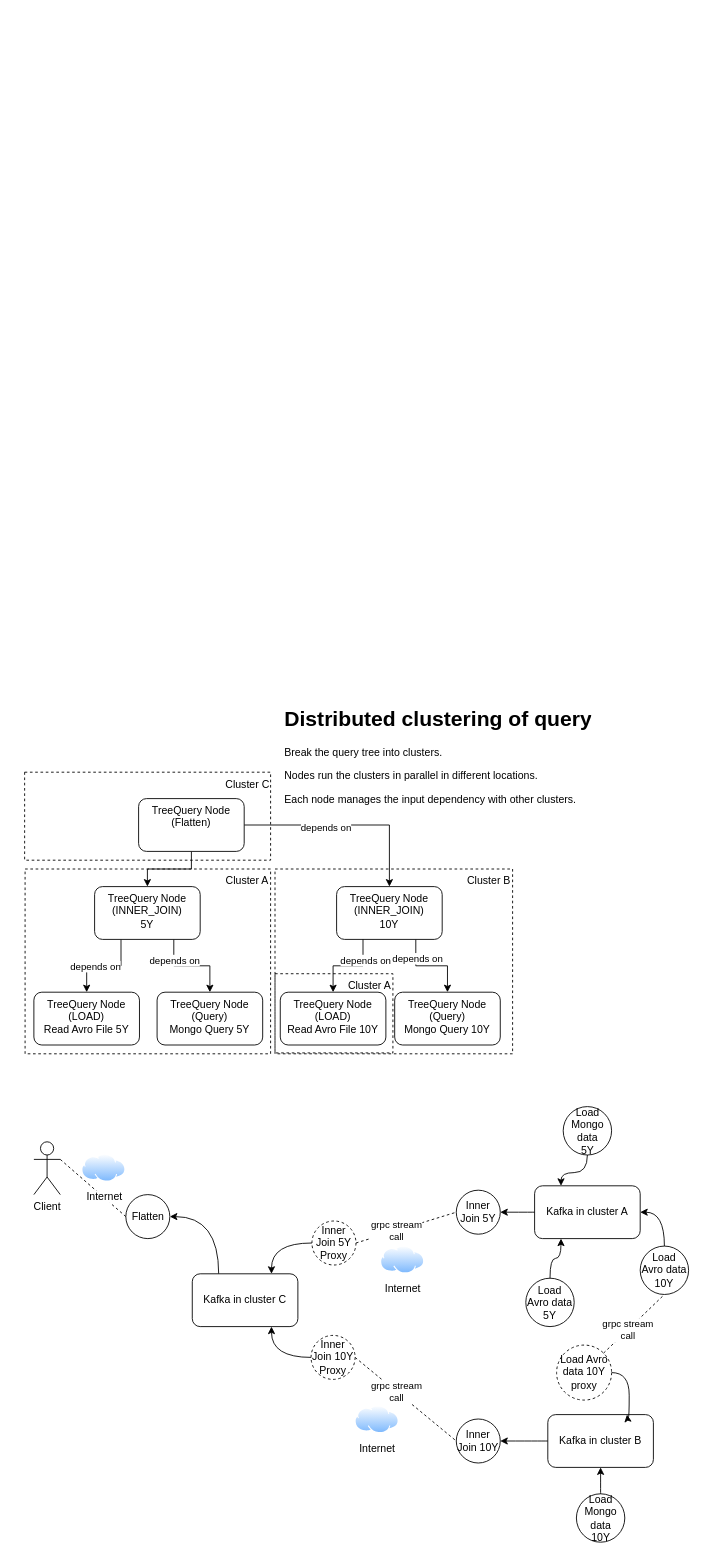
Before: TreeQueryDistributedCluster.drawio in pawarashish564/TreeQuery, a draw.io diagram. Source tidied: cells renumbered, new cells numbered last; positions are measured from the earlier drawing's top-left corner, leaving out a move shared by most shapes. Both pictures are drawn from the tidied source at 88%, with x=0, y=0 at pixel (24, 701).
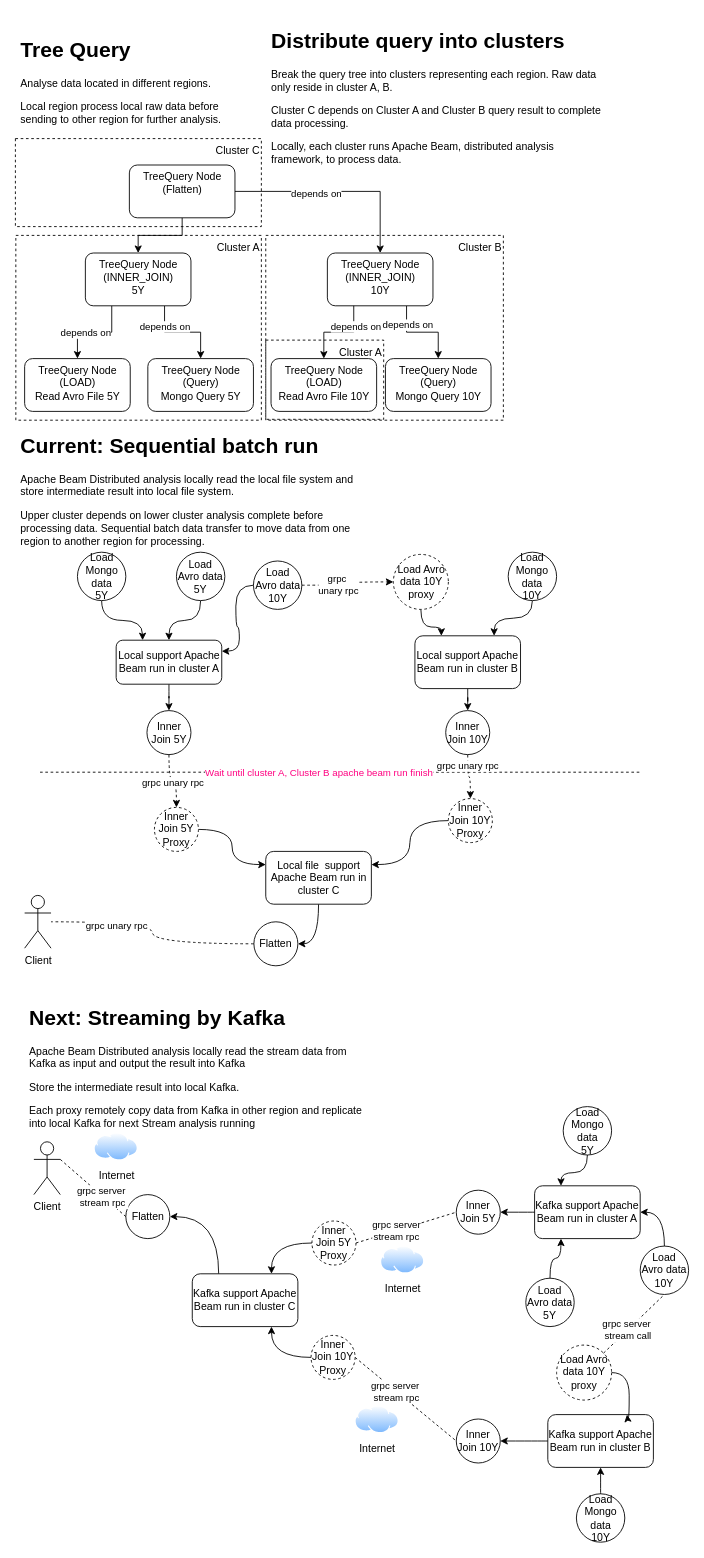
Above is the later version.

The change refers to these unchanged cells:
```xml
<mxCell id="29" style="endArrow=none;dashed=1;html=1;exitX=1;exitY=0.3333333333333333;exitDx=0;exitDy=0;exitPerimeter=0;entryX=0;entryY=0.5;entryDx=0;entryDy=0;" parent="1" edge="1" source="28" target="26">
  <mxGeometry relative="1" as="geometry" />
</mxCell>
<mxCell id="38" style="endArrow=none;dashed=1;html=1;exitX=1;exitY=0.5;exitDx=0;exitDy=0;entryX=0;entryY=0.5;entryDx=0;entryDy=0;" parent="1" edge="1" source="30" target="35">
  <mxGeometry relative="1" as="geometry" />
</mxCell>
<mxCell id="47" style="endArrow=none;dashed=1;html=1;exitX=1;exitY=0.5;exitDx=0;exitDy=0;entryX=0;entryY=0.5;entryDx=0;entryDy=0;" parent="1" edge="1" source="32" target="46">
  <mxGeometry relative="1" as="geometry" />
</mxCell>
<mxCell id="55" style="endArrow=none;dashed=1;html=1;exitX=1;exitY=0;exitDx=0;exitDy=0;entryX=0.5;entryY=1;entryDx=0;entryDy=0;" parent="1" edge="1" source="54" target="37">
  <mxGeometry relative="1" as="geometry" />
</mxCell>
```

Change to the diagram source:
```diff
@@
     <mxCell id="2" value="Cluster B" style="rounded=0;whiteSpace=wrap;html=1;fillColor=none;dashed=1;verticalAlign=top;align=right;" parent="1" vertex="1">
-      <mxGeometry x="285" y="190" width="270" height="210" as="geometry" />
+      <mxGeometry x="274.5" y="-530" width="270" height="210" as="geometry" />
     </mxCell>
     <mxCell id="3" value="Cluster A" style="rounded=0;whiteSpace=wrap;html=1;fillColor=none;dashed=1;verticalAlign=top;align=right;" parent="1" vertex="1">
-      <mxGeometry x="1" y="190" width="279" height="210" as="geometry" />
+      <mxGeometry x="-9.5" y="-530" width="279" height="210" as="geometry" />
     </mxCell>
@@
     <mxCell id="7" value="TreeQuery Node&lt;br&gt;(Flatten)" style="rounded=1;whiteSpace=wrap;html=1;verticalAlign=top;" parent="1" vertex="1">
-      <mxGeometry x="130" y="110" width="120" height="60" as="geometry" />
+      <mxGeometry x="119.5" y="-610" width="120" height="60" as="geometry" />
     </mxCell>
@@
     <mxCell id="12" value="TreeQuery Node&lt;br&gt;(INNER_JOIN)&lt;br&gt;5Y" style="rounded=1;whiteSpace=wrap;html=1;verticalAlign=top;" parent="1" vertex="1">
-      <mxGeometry x="80" y="210" width="120" height="60" as="geometry" />
+      <mxGeometry x="69.5" y="-510" width="120" height="60" as="geometry" />
     </mxCell>
     <mxCell id="13" value="TreeQuery Node&lt;br&gt;(LOAD)&lt;br&gt;Read Avro File 5Y" style="rounded=1;whiteSpace=wrap;html=1;verticalAlign=top;" parent="1" vertex="1">
-      <mxGeometry x="11" y="330" width="120" height="60" as="geometry" />
+      <mxGeometry x="0.5" y="-390" width="120" height="60" as="geometry" />
     </mxCell>
@@
     <mxCell id="16" value="TreeQuery Node&lt;br&gt;(INNER_JOIN)&lt;br&gt;10Y" style="rounded=1;whiteSpace=wrap;html=1;verticalAlign=top;" parent="1" vertex="1">
-      <mxGeometry x="355" y="210" width="120" height="60" as="geometry" />
+      <mxGeometry x="344.5" y="-510" width="120" height="60" as="geometry" />
     </mxCell>
     <mxCell id="17" value="TreeQuery Node&lt;br&gt;(Query)&lt;br&gt;Mongo Query 5Y" style="rounded=1;whiteSpace=wrap;html=1;verticalAlign=top;" parent="1" vertex="1">
-      <mxGeometry x="151" y="330" width="120" height="60" as="geometry" />
+      <mxGeometry x="140.5" y="-390" width="120" height="60" as="geometry" />
     </mxCell>
     <mxCell id="18" value="TreeQuery Node&lt;br&gt;(LOAD)&lt;br&gt;Read Avro File 10Y" style="rounded=1;whiteSpace=wrap;html=1;verticalAlign=top;" parent="1" vertex="1">
-      <mxGeometry x="291" y="330" width="120" height="60" as="geometry" />
+      <mxGeometry x="280.5" y="-390" width="120" height="60" as="geometry" />
     </mxCell>
     <mxCell id="19" value="TreeQuery Node&lt;br&gt;(Query)&lt;br&gt;Mongo Query 10Y" style="rounded=1;whiteSpace=wrap;html=1;verticalAlign=top;" parent="1" vertex="1">
-      <mxGeometry x="421" y="330" width="120" height="60" as="geometry" />
+      <mxGeometry x="410.5" y="-390" width="120" height="60" as="geometry" />
     </mxCell>
     <mxCell id="20" value="Cluster C" style="rounded=0;whiteSpace=wrap;html=1;fillColor=none;dashed=1;verticalAlign=top;align=right;" parent="1" vertex="1">
-      <mxGeometry x="0.5" y="80" width="279.5" height="100" as="geometry" />
+      <mxGeometry x="-10" y="-640" width="279.5" height="100" as="geometry" />
     </mxCell>
     <mxCell id="21" value="Cluster A" style="rounded=0;whiteSpace=wrap;html=1;fillColor=none;dashed=1;verticalAlign=top;align=right;" parent="1" vertex="1">
-      <mxGeometry x="285" y="309" width="134" height="90" as="geometry" />
+      <mxGeometry x="274.5" y="-411" width="134" height="90" as="geometry" />
     </mxCell>
@@
-    <mxCell id="24" value="&lt;h1&gt;Distributed clustering of query&lt;/h1&gt;&lt;p&gt;Break the query tree into clusters.&lt;/p&gt;&lt;p&gt;Nodes run the clusters in parallel in different locations.&lt;/p&gt;&lt;p&gt;Each node manages the input dependency with other clusters.&lt;/p&gt;" style="text;html=1;strokeColor=none;fillColor=none;spacing=5;spacingTop=-20;whiteSpace=wrap;overflow=hidden;rounded=0;" parent="1" vertex="1">
-      <mxGeometry x="291" width="389" height="120" as="geometry" />
+    <mxCell id="24" value="&lt;h1&gt;Distribute query into clusters&lt;/h1&gt;&lt;p&gt;Break the query tree into clusters representing each region. Raw data only reside in cluster A, B.&lt;/p&gt;&lt;p&gt;Cluster C depends on Cluster A and Cluster B query result to complete data processing.&lt;/p&gt;&lt;p&gt;Locally, each cluster runs Apache Beam, distributed analysis framework, to process data.&lt;/p&gt;" style="text;html=1;strokeColor=none;fillColor=none;spacing=5;spacingTop=-20;whiteSpace=wrap;overflow=hidden;rounded=0;" parent="1" vertex="1">
+      <mxGeometry x="276" y="-770" width="389" height="170" as="geometry" />
     </mxCell>
@@
-    <mxCell id="27" value="Kafka in cluster C" style="rounded=1;whiteSpace=wrap;html=1;" parent="1" vertex="1">
+    <mxCell id="27" value="Kafka support Apache Beam run in cluster C" style="rounded=1;whiteSpace=wrap;html=1;" parent="1" vertex="1">
       <mxGeometry x="191" y="650" width="120" height="60" as="geometry" />
     </mxCell>
@@
+    <mxCell id="59" value="grpc server&amp;nbsp;&lt;br&gt;stream rpc" style="edgeLabel;html=1;align=center;verticalAlign=middle;" parent="29" vertex="1">
+      <mxGeometry x="0.28" relative="1" as="geometry">
+        <mxPoint y="1" as="offset" />
+      </mxGeometry>
+    </mxCell>
@@
-    <mxCell id="34" value="Kafka in cluster A" style="rounded=1;whiteSpace=wrap;html=1;" parent="1" vertex="1">
+    <mxCell id="34" value="Kafka support Apache Beam run in&amp;nbsp;cluster A" style="rounded=1;whiteSpace=wrap;html=1;" parent="1" vertex="1">
       <mxGeometry x="580" y="550" width="120" height="60" as="geometry" />
     </mxCell>
@@
-    <mxCell id="39" value="grpc stream&lt;br&gt;call" style="edgeLabel;html=1;align=center;verticalAlign=middle;" parent="38" vertex="1">
+    <mxCell id="39" value="grpc server &lt;br&gt;stream rpc" style="edgeLabel;html=1;align=center;verticalAlign=middle;" parent="38" vertex="1">
       <mxGeometry x="-0.2" relative="1" as="geometry" />
     </mxCell>
@@
-    <mxCell id="45" value="Kafka in cluster B" style="rounded=1;whiteSpace=wrap;html=1;" parent="1" vertex="1">
+    <mxCell id="45" value="Kafka support Apache Beam run in cluster B" style="rounded=1;whiteSpace=wrap;html=1;" parent="1" vertex="1">
       <mxGeometry x="595" y="810" width="120" height="60" as="geometry" />
     </mxCell>
@@
-    <mxCell id="48" value="grpc stream&lt;br&gt;call" style="edgeLabel;html=1;align=center;verticalAlign=middle;" parent="47" vertex="1">
+    <mxCell id="48" value="grpc server&amp;nbsp;&lt;br&gt;stream rpc" style="edgeLabel;html=1;align=center;verticalAlign=middle;" parent="47" vertex="1">
       <mxGeometry x="-0.2" relative="1" as="geometry" />
     </mxCell>
@@
     <mxCell id="51" value="Internet" style="perimeter=ellipsePerimeter;html=1;align=center;shadow=0;dashed=0;spacingTop=3;image;image=img/lib/active_directory/internet_cloud.svg;" parent="1" vertex="1">
-      <mxGeometry x="65.5" y="514.2" width="50" height="31.5" as="geometry" />
+      <mxGeometry x="79.5" y="490" width="50" height="31.5" as="geometry" />
     </mxCell>
@@
-    <mxCell id="56" value="grpc stream&lt;br&gt;call" style="edgeLabel;html=1;align=center;verticalAlign=middle;" parent="55" vertex="1">
+    <mxCell id="56" value="grpc server&amp;nbsp;&lt;br&gt;stream call" style="edgeLabel;html=1;align=center;verticalAlign=middle;" parent="55" vertex="1">
       <mxGeometry x="-0.2" relative="1" as="geometry" />
     </mxCell>
@@
+    <mxCell id="60" value="&lt;h1&gt;Next: Streaming by Kafka&lt;/h1&gt;&lt;p&gt;Apache Beam Distributed analysis locally read the stream data from Kafka as input and output the result into Kafka&lt;/p&gt;&lt;p&gt;Store the intermediate result into local Kafka.&lt;/p&gt;&lt;p&gt;Each proxy remotely copy data from Kafka in other region and replicate into local Kafka for next Stream analysis running&lt;/p&gt;" style="text;html=1;strokeColor=none;fillColor=none;spacing=5;spacingTop=-20;whiteSpace=wrap;overflow=hidden;rounded=0;" parent="1" vertex="1">
+      <mxGeometry x="0.5" y="340" width="389" height="150" as="geometry" />
+    </mxCell>
+    <mxCell id="61" value="&lt;h1&gt;Current: Sequential batch run&lt;/h1&gt;&lt;p&gt;Apache Beam Distributed analysis locally read the local file system and store intermediate result into local file system.&lt;/p&gt;&lt;p&gt;Upper cluster depends on lower cluster analysis complete before processing data. Sequential batch data transfer to move data from one region to another region for processing.&lt;/p&gt;" style="text;html=1;strokeColor=none;fillColor=none;spacing=5;spacingTop=-20;whiteSpace=wrap;overflow=hidden;rounded=0;" parent="1" vertex="1">
+      <mxGeometry x="-9.5" y="-310" width="389" height="150" as="geometry" />
+    </mxCell>
+    <mxCell id="62" value="Client" style="shape=umlActor;verticalLabelPosition=bottom;labelBackgroundColor=#ffffff;verticalAlign=top;html=1;outlineConnect=0;" parent="1" vertex="1">
+      <mxGeometry x="0.5" y="220" width="30" height="60" as="geometry" />
+    </mxCell>
+    <mxCell id="63" style="edgeStyle=orthogonalEdgeStyle;curved=1;rounded=0;jettySize=auto;html=1;dashed=1;endArrow=none;endFill=0;" parent="1" edge="1" source="65" target="62">
+      <mxGeometry relative="1" as="geometry" />
+    </mxCell>
+    <mxCell id="64" value="grpc unary rpc" style="edgeLabel;html=1;align=center;verticalAlign=middle;" parent="63" vertex="1">
+      <mxGeometry x="0.43" y="4" relative="1" as="geometry">
+        <mxPoint x="1" as="offset" />
+      </mxGeometry>
+    </mxCell>
+    <mxCell id="65" value="Flatten" style="ellipse;whiteSpace=wrap;html=1;" parent="1" vertex="1">
+      <mxGeometry x="261" y="250" width="50" height="50" as="geometry" />
+    </mxCell>
+    <mxCell id="66" style="edgeStyle=orthogonalEdgeStyle;curved=1;rounded=0;jettySize=auto;html=1;entryX=1;entryY=0.5;entryDx=0;entryDy=0;" parent="1" edge="1" source="67" target="65">
+      <mxGeometry relative="1" as="geometry" />
+    </mxCell>
+    <mxCell id="67" value="Local file&amp;nbsp; support Apache Beam run in cluster C" style="rounded=1;whiteSpace=wrap;html=1;" parent="1" vertex="1">
+      <mxGeometry x="274.5" y="170" width="120" height="60" as="geometry" />
+    </mxCell>
+    <mxCell id="68" style="edgeStyle=orthogonalEdgeStyle;curved=1;rounded=0;jettySize=auto;html=1;entryX=0.5;entryY=0;entryDx=0;entryDy=0;" parent="1" edge="1" source="69" target="92">
+      <mxGeometry relative="1" as="geometry" />
+    </mxCell>
+    <mxCell id="69" value="Local support Apache Beam run in&amp;nbsp;cluster A" style="rounded=1;whiteSpace=wrap;html=1;" parent="1" vertex="1">
+      <mxGeometry x="104.5" y="-70" width="120" height="50" as="geometry" />
+    </mxCell>
+    <mxCell id="70" style="edgeStyle=orthogonalEdgeStyle;curved=1;rounded=0;jettySize=auto;html=1;" parent="1" edge="1" source="71" target="95">
+      <mxGeometry relative="1" as="geometry" />
+    </mxCell>
+    <mxCell id="71" value="Local support Apache Beam run in cluster B" style="rounded=1;whiteSpace=wrap;html=1;" parent="1" vertex="1">
+      <mxGeometry x="444" y="-75" width="120" height="60" as="geometry" />
+    </mxCell>
+    <mxCell id="72" style="edgeStyle=orthogonalEdgeStyle;rounded=0;jettySize=auto;html=1;entryX=0.25;entryY=0;entryDx=0;entryDy=0;curved=1;" parent="1" edge="1" source="73" target="69">
+      <mxGeometry relative="1" as="geometry" />
+    </mxCell>
+    <mxCell id="73" value="Load Mongo data&lt;br&gt;5Y" style="ellipse;whiteSpace=wrap;html=1;" parent="1" vertex="1">
+      <mxGeometry x="60.5" y="-170" width="55" height="55" as="geometry" />
+    </mxCell>
+    <mxCell id="74" style="edgeStyle=orthogonalEdgeStyle;curved=1;rounded=0;jettySize=auto;html=1;" parent="1" edge="1" source="75" target="69">
+      <mxGeometry relative="1" as="geometry" />
+    </mxCell>
+    <mxCell id="75" value="Load Avro data&lt;br&gt;5Y" style="ellipse;whiteSpace=wrap;html=1;" parent="1" vertex="1">
+      <mxGeometry x="173" y="-170" width="55" height="55" as="geometry" />
+    </mxCell>
+    <mxCell id="76" style="edgeStyle=orthogonalEdgeStyle;curved=1;rounded=0;jettySize=auto;html=1;entryX=1;entryY=0.25;entryDx=0;entryDy=0;" parent="1" edge="1" source="79" target="69">
+      <mxGeometry relative="1" as="geometry" />
+    </mxCell>
+    <mxCell id="77" style="edgeStyle=orthogonalEdgeStyle;curved=1;rounded=0;jettySize=auto;html=1;entryX=0;entryY=0.5;entryDx=0;entryDy=0;dashed=1;" parent="1" edge="1" source="79" target="81">
+      <mxGeometry relative="1" as="geometry" />
+    </mxCell>
+    <mxCell id="78" value="grpc&amp;nbsp;&lt;br&gt;unary rpc" style="edgeLabel;html=1;align=center;verticalAlign=middle;" parent="77" vertex="1">
+      <mxGeometry x="-0.01" y="11" relative="1" as="geometry" />
+    </mxCell>
+    <mxCell id="79" value="Load Avro data&lt;br&gt;10Y" style="ellipse;whiteSpace=wrap;html=1;" parent="1" vertex="1">
+      <mxGeometry x="260.5" y="-160" width="55" height="55" as="geometry" />
+    </mxCell>
+    <mxCell id="80" style="edgeStyle=orthogonalEdgeStyle;curved=1;rounded=0;jettySize=auto;html=1;entryX=0.25;entryY=0;entryDx=0;entryDy=0;" parent="1" edge="1" source="81" target="71">
+      <mxGeometry relative="1" as="geometry" />
+    </mxCell>
+    <mxCell id="81" value="Load Avro data 10Y proxy" style="ellipse;whiteSpace=wrap;html=1;dashed=1;" parent="1" vertex="1">
+      <mxGeometry x="419.5" y="-167.5" width="62.5" height="62.5" as="geometry" />
+    </mxCell>
+    <mxCell id="82" style="edgeStyle=orthogonalEdgeStyle;curved=1;rounded=0;jettySize=auto;html=1;entryX=0.75;entryY=0;entryDx=0;entryDy=0;" parent="1" edge="1" source="83" target="71">
+      <mxGeometry relative="1" as="geometry" />
+    </mxCell>
+    <mxCell id="83" value="Load Mongo data&lt;br&gt;10Y" style="ellipse;whiteSpace=wrap;html=1;" parent="1" vertex="1">
+      <mxGeometry x="550" y="-170" width="55" height="55" as="geometry" />
+    </mxCell>
+    <mxCell id="84" style="edgeStyle=orthogonalEdgeStyle;curved=1;rounded=0;jettySize=auto;html=1;entryX=0;entryY=0.25;entryDx=0;entryDy=0;" parent="1" edge="1" source="85" target="67">
+      <mxGeometry relative="1" as="geometry" />
+    </mxCell>
+    <mxCell id="85" value="Inner Join 5Y Proxy" style="ellipse;whiteSpace=wrap;html=1;dashed=1;" parent="1" vertex="1">
+      <mxGeometry x="148" y="120" width="50" height="50" as="geometry" />
+    </mxCell>
+    <mxCell id="86" style="edgeStyle=orthogonalEdgeStyle;curved=1;rounded=0;jettySize=auto;html=1;entryX=1;entryY=0.25;entryDx=0;entryDy=0;" parent="1" edge="1" source="87" target="67">
+      <mxGeometry relative="1" as="geometry" />
+    </mxCell>
+    <mxCell id="87" value="Inner Join 10Y Proxy" style="ellipse;whiteSpace=wrap;html=1;dashed=1;" parent="1" vertex="1">
+      <mxGeometry x="482" y="110" width="50" height="50" as="geometry" />
+    </mxCell>
+    <mxCell id="88" style="endArrow=none;dashed=1;html=1;" parent="1" edge="1">
+      <mxGeometry relative="1" as="geometry">
+        <mxPoint x="18" y="80" as="sourcePoint" />
+        <mxPoint x="700" y="80" as="targetPoint" />
+      </mxGeometry>
+    </mxCell>
+    <mxCell id="89" value="&lt;font color=&quot;#ff0080&quot;&gt;Wait until cluster A, Cluster B apache beam run finish&lt;/font&gt;" style="edgeLabel;html=1;align=center;verticalAlign=middle;" parent="88" vertex="1">
+      <mxGeometry x="-0.19" relative="1" as="geometry">
+        <mxPoint x="40.5" as="offset" />
+      </mxGeometry>
+    </mxCell>
+    <mxCell id="90" style="edgeStyle=orthogonalEdgeStyle;curved=1;rounded=0;jettySize=auto;html=1;entryX=0.5;entryY=0;entryDx=0;entryDy=0;dashed=1;" parent="1" edge="1" source="92" target="85">
+      <mxGeometry relative="1" as="geometry" />
+    </mxCell>
+    <mxCell id="91" value="grpc unary rpc" style="edgeLabel;html=1;align=center;verticalAlign=middle;" parent="90" vertex="1">
+      <mxGeometry x="-0.12" y="4" relative="1" as="geometry">
+        <mxPoint x="4" y="5" as="offset" />
+      </mxGeometry>
+    </mxCell>
+    <mxCell id="92" value="Inner Join 5Y" style="ellipse;whiteSpace=wrap;html=1;" parent="1" vertex="1">
+      <mxGeometry x="139.5" y="10" width="50" height="50" as="geometry" />
+    </mxCell>
+    <mxCell id="93" style="edgeStyle=orthogonalEdgeStyle;curved=1;rounded=0;jettySize=auto;html=1;entryX=0.5;entryY=0;entryDx=0;entryDy=0;dashed=1;" parent="1" edge="1" source="95" target="87">
+      <mxGeometry relative="1" as="geometry" />
+    </mxCell>
+    <mxCell id="94" value="grpc unary rpc" style="edgeLabel;html=1;align=center;verticalAlign=middle;" parent="93" vertex="1">
+      <mxGeometry x="-0.55" y="-1" relative="1" as="geometry" />
+    </mxCell>
+    <mxCell id="95" value="Inner Join 10Y" style="ellipse;whiteSpace=wrap;html=1;" parent="1" vertex="1">
+      <mxGeometry x="479" y="10" width="50" height="50" as="geometry" />
+    </mxCell>
+    <mxCell id="96" value="&lt;h1&gt;Tree Query&lt;/h1&gt;&lt;p&gt;Analyse data located in different regions.&lt;/p&gt;&lt;p&gt;Local region process local raw data before sending to other region for further analysis.&lt;/p&gt;" style="text;html=1;strokeColor=none;fillColor=none;spacing=5;spacingTop=-20;whiteSpace=wrap;overflow=hidden;rounded=0;" parent="1" vertex="1">
+      <mxGeometry x="-9.5" y="-760" width="249" height="120" as="geometry" />
+    </mxCell>
```
